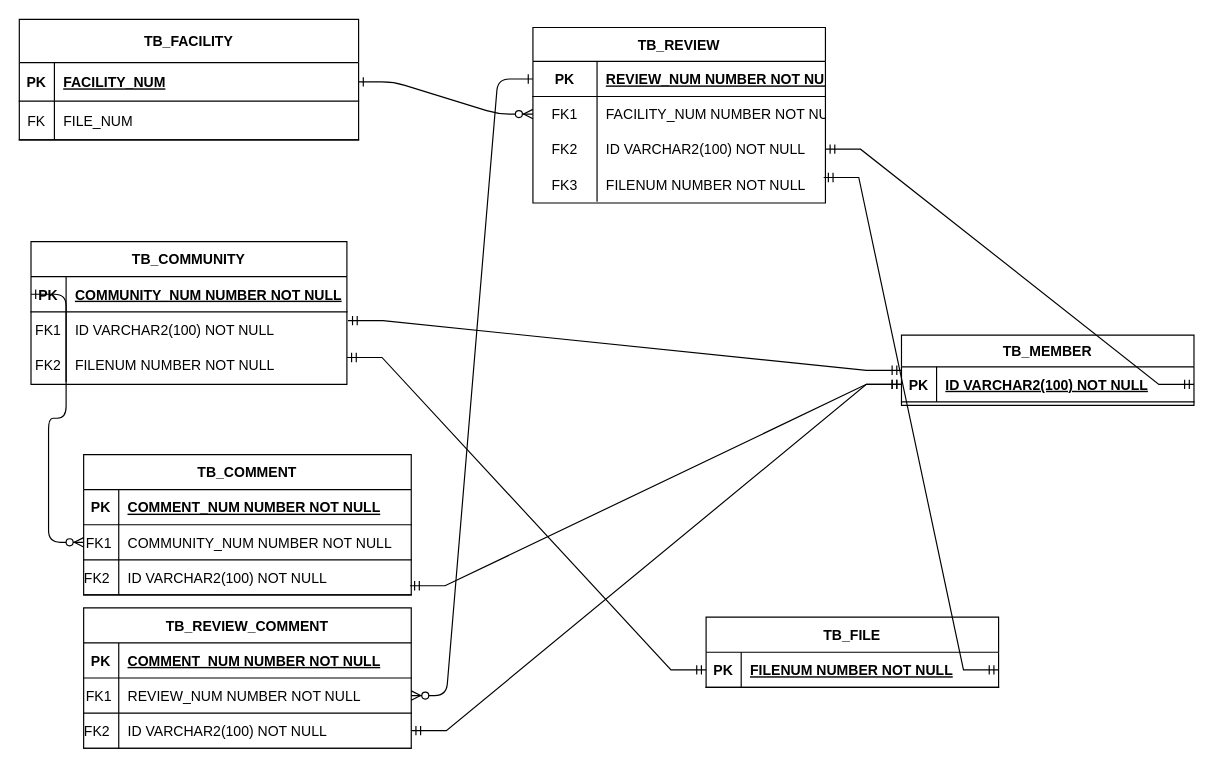
Above: document/제목 없는 다이어그램.drawio in rimgosu/ProjectStudy (draw.io), before the change. Source tidied: cells renumbered, new cells numbered last; positions are measured from the earlier drawing's top-left corner, leaving out a move shared by most shapes. Both pictures are drawn from the tidied source at 117%, with x=0, y=0 at pixel (19, 19).
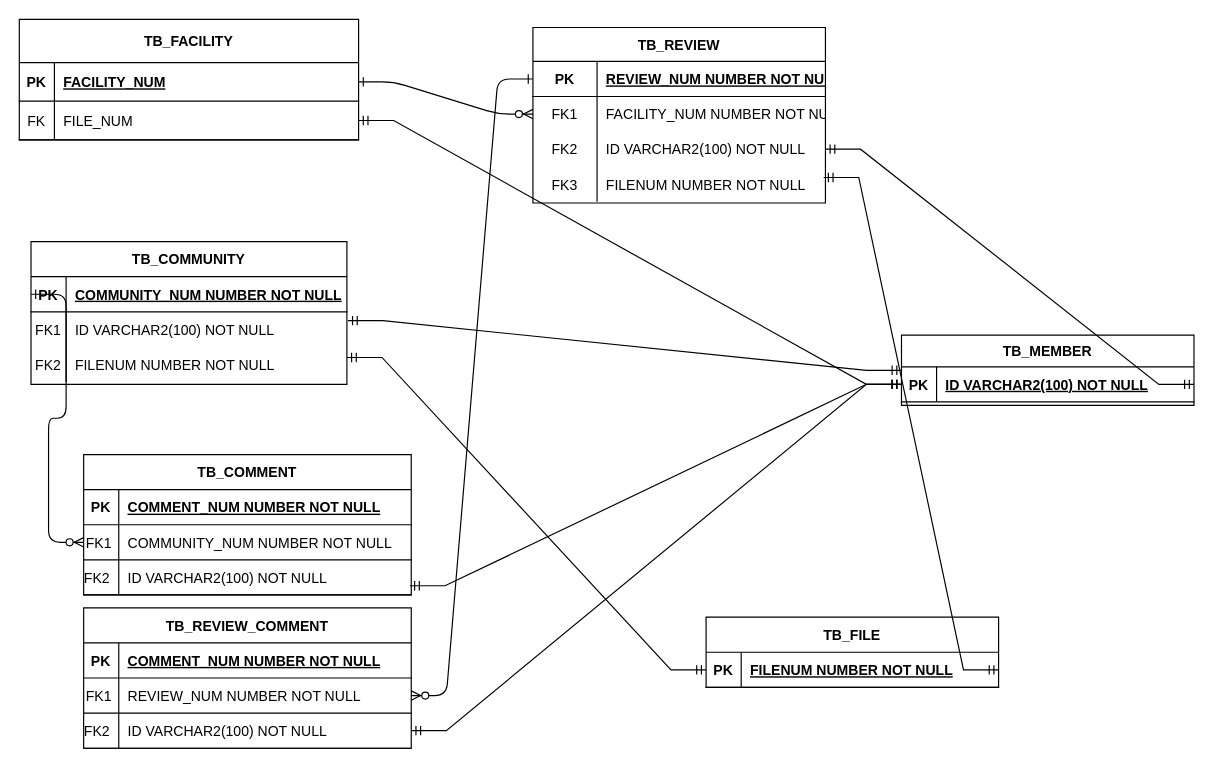
After the change.

Commit message:
제목 없는 다이어그램.drawio 업데이트

Unchanged cells that the change refers to:
```xml
<mxCell id="17" style="shape=partialRectangle;fillColor=none;points=[[0,0.5],[1,0.5]];portConstraint=eastwest;top=0;left=0;right=0;bottom=1;" parent="16" vertex="1">
  <mxGeometry y="27" width="250" height="30" as="geometry" />
</mxCell>
<mxCell id="24" style="shape=partialRectangle;fillColor=none;points=[[0,0.5],[1,0.5]];portConstraint=eastwest;top=0;left=0;right=0;bottom=1;" parent="20" vertex="1">
  <mxGeometry y="70" width="290" height="33" as="geometry" />
</mxCell>
```

The edit, as a diff of the source:
```diff
@@
+    <mxCell id="69" style="edgeStyle=entityRelationEdgeStyle;fontSize=12;html=1;endArrow=ERmandOne;startArrow=ERmandOne;rounded=0;exitX=1;exitY=0.5;exitDx=0;exitDy=0;entryX=0;entryY=0.5;entryDx=0;entryDy=0;" parent="1" edge="1" source="24" target="17">
+      <mxGeometry relative="1" as="geometry">
+        <Array as="points">
+          <mxPoint x="747" y="62" />
+        </Array>
+      </mxGeometry>
+    </mxCell>
```
